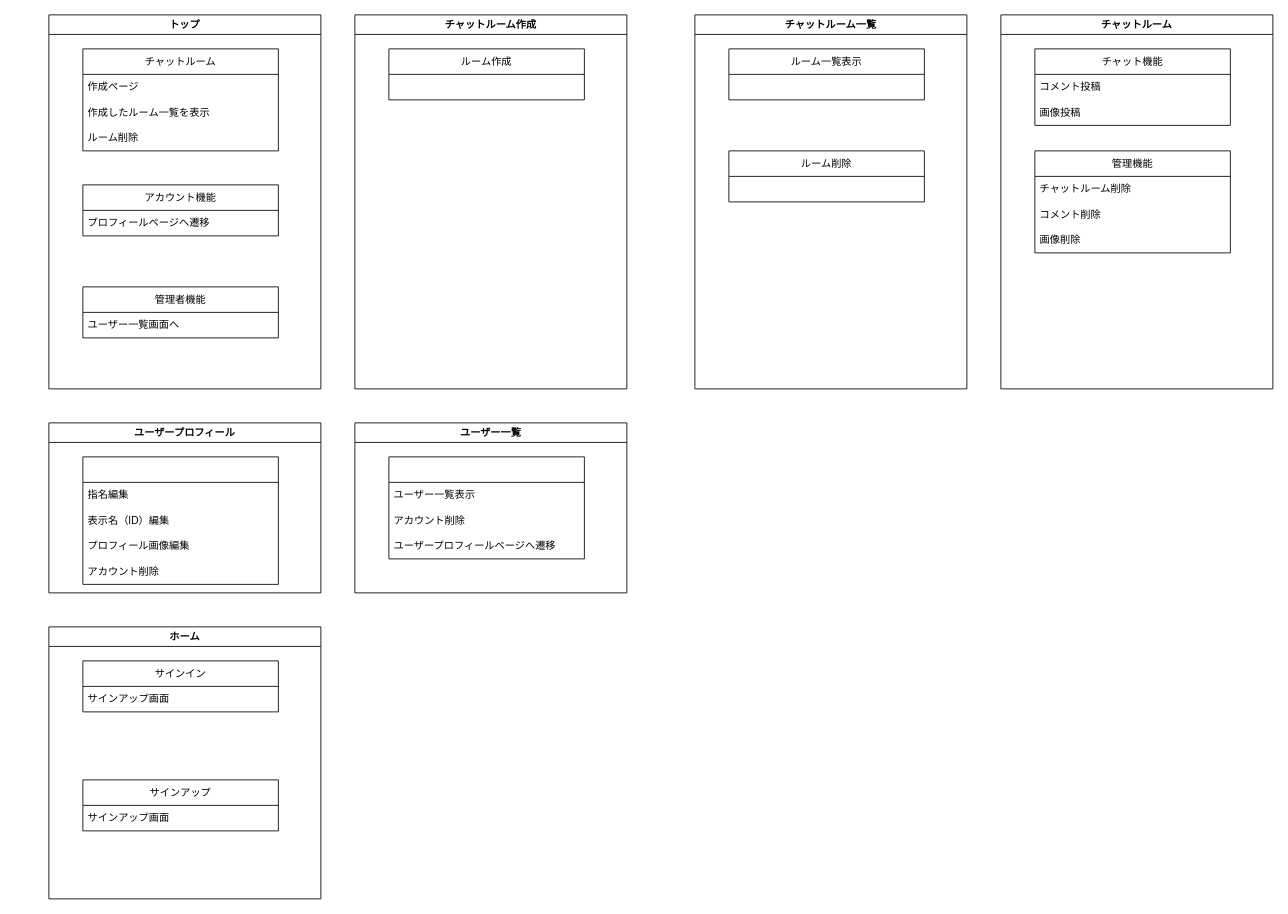
KawashimaRyuhei/ChatApps keeps this draw.io diagram as FunctionalOverviewChart.drawio. Above is the earlier version. Source tidied: cells renumbered, new cells numbered last; positions are measured from the earlier drawing's top-left corner, leaving out a move shared by most shapes. Both pictures are drawn from the tidied source at 85%, with x=0, y=0 at pixel (48, 14).
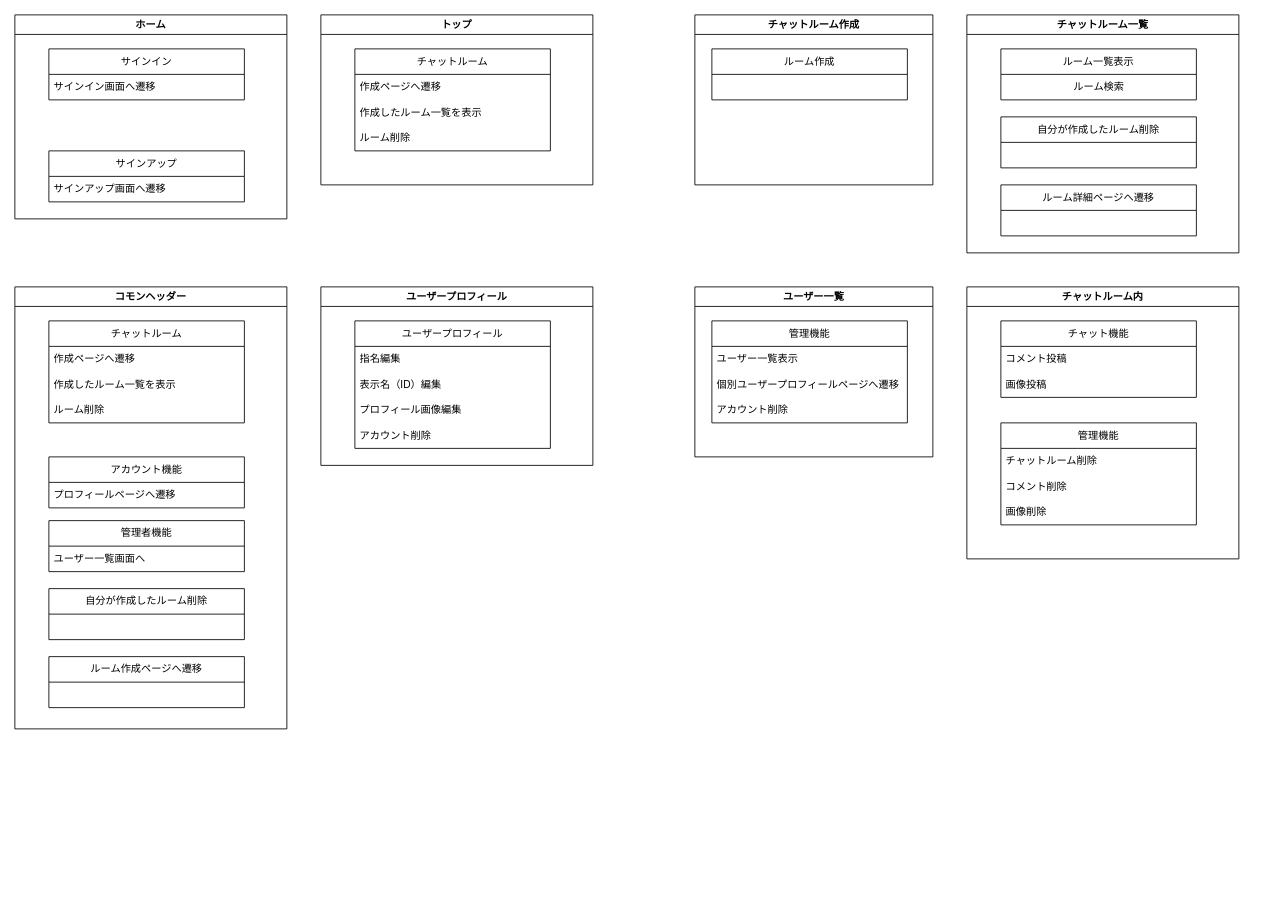
The same diagram, later.

The change refers to these unchanged cells:
```xml
<mxCell id="14" value="ルーム一覧表示" style="swimlane;fontStyle=0;horizontal=1;startSize=30;whiteSpace=wrap;html=1;" parent="13" vertex="1">
  <mxGeometry x="40" y="40" width="230" height="60" as="geometry" />
</mxCell>
<mxCell id="36" value="サインイン" style="swimlane;fontStyle=0;horizontal=1;startSize=30;whiteSpace=wrap;html=1;" parent="35" vertex="1">
  <mxGeometry x="40" y="40" width="230" height="60" as="geometry" />
</mxCell>
```

Diff of the diagram source:
```diff
@@
-    <mxCell id="2" value="トップ" style="swimlane;whiteSpace=wrap;html=1;" parent="1" vertex="1">
-      <mxGeometry width="320" height="440" as="geometry" />
-    </mxCell>
-    <mxCell id="3" value="チャットルーム" style="swimlane;fontStyle=0;horizontal=1;startSize=30;whiteSpace=wrap;html=1;" parent="2" vertex="1">
-      <mxGeometry x="40" y="40" width="230" height="120" as="geometry" />
-    </mxCell>
-    <mxCell id="4" value="作成ページ" style="text;strokeColor=none;fillColor=none;align=left;verticalAlign=middle;spacingLeft=4;spacingRight=4;overflow=hidden;whiteSpace=wrap;html=1;" parent="3" vertex="1">
-      <mxGeometry y="30" width="230" height="30" as="geometry" />
-    </mxCell>
-    <mxCell id="5" value="作成したルーム一覧を表示" style="text;strokeColor=none;fillColor=none;align=left;verticalAlign=middle;spacingLeft=4;spacingRight=4;overflow=hidden;whiteSpace=wrap;html=1;" parent="3" vertex="1">
-      <mxGeometry y="60" width="230" height="30" as="geometry" />
-    </mxCell>
-    <mxCell id="6" value="ルーム削除" style="text;strokeColor=none;fillColor=none;align=left;verticalAlign=middle;spacingLeft=4;spacingRight=4;overflow=hidden;whiteSpace=wrap;html=1;" parent="3" vertex="1">
-      <mxGeometry y="90" width="230" height="30" as="geometry" />
-    </mxCell>
-    <mxCell id="7" value="アカウント機能" style="swimlane;fontStyle=0;horizontal=1;startSize=30;whiteSpace=wrap;html=1;" parent="2" vertex="1">
-      <mxGeometry x="40" y="200" width="230" height="60" as="geometry" />
-    </mxCell>
-    <mxCell id="8" value="プロフィールページへ遷移" style="text;strokeColor=none;fillColor=none;align=left;verticalAlign=middle;spacingLeft=4;spacingRight=4;overflow=hidden;whiteSpace=wrap;html=1;" parent="7" vertex="1">
-      <mxGeometry y="30" width="230" height="30" as="geometry" />
-    </mxCell>
-    <mxCell id="9" value="管理者機能" style="swimlane;fontStyle=0;horizontal=1;startSize=30;whiteSpace=wrap;html=1;" parent="2" vertex="1">
-      <mxGeometry x="40" y="320" width="230" height="60" as="geometry" />
-    </mxCell>
-    <mxCell id="10" value="ユーザー一覧画面へ" style="text;strokeColor=none;fillColor=none;align=left;verticalAlign=middle;spacingLeft=4;spacingRight=4;overflow=hidden;whiteSpace=wrap;html=1;" parent="9" vertex="1">
-      <mxGeometry y="30" width="230" height="30" as="geometry" />
-    </mxCell>
     <mxCell id="11" value="チャットルーム作成" style="swimlane;whiteSpace=wrap;html=1;" parent="1" vertex="1">
-      <mxGeometry x="360" width="320" height="440" as="geometry" />
+      <mxGeometry x="760" width="280" height="200" as="geometry" />
     </mxCell>
     <mxCell id="12" value="ルーム作成" style="swimlane;fontStyle=0;horizontal=1;startSize=30;whiteSpace=wrap;html=1;" parent="11" vertex="1">
-      <mxGeometry x="40" y="40" width="230" height="60" as="geometry" />
+      <mxGeometry x="20" y="40" width="230" height="60" as="geometry" />
     </mxCell>
     <mxCell id="13" value="チャットルーム一覧" style="swimlane;whiteSpace=wrap;html=1;" parent="1" vertex="1">
-      <mxGeometry x="760" width="320" height="440" as="geometry" />
+      <mxGeometry x="1080" width="320" height="280" as="geometry" />
     </mxCell>
@@
+    <mxCell id="40" value="ルーム検索" style="text;html=1;align=center;verticalAlign=middle;strokeColor=none;fillColor=none;" parent="14" vertex="1">
+      <mxGeometry y="30" width="230" height="30" as="geometry" />
+    </mxCell>
-    <mxCell id="15" value="ルーム削除" style="swimlane;fontStyle=0;horizontal=1;startSize=30;whiteSpace=wrap;html=1;" parent="13" vertex="1">
-      <mxGeometry x="40" y="160" width="230" height="60" as="geometry" />
+    <mxCell id="15" value="自分が作成したルーム削除" style="swimlane;fontStyle=0;horizontal=1;startSize=30;whiteSpace=wrap;html=1;" parent="13" vertex="1">
+      <mxGeometry x="40" y="120" width="230" height="60" as="geometry" />
     </mxCell>
+    <mxCell id="41" value="ルーム詳細ページへ遷移" style="swimlane;fontStyle=0;horizontal=1;startSize=30;whiteSpace=wrap;html=1;" parent="13" vertex="1">
+      <mxGeometry x="40" y="200" width="230" height="60" as="geometry" />
+    </mxCell>
-    <mxCell id="16" value="チャットルーム" style="swimlane;whiteSpace=wrap;html=1;" parent="1" vertex="1">
-      <mxGeometry x="1120" width="320" height="440" as="geometry" />
+    <mxCell id="16" value="チャットルーム内" style="swimlane;whiteSpace=wrap;html=1;" parent="1" vertex="1">
+      <mxGeometry x="1080" y="320" width="320" height="320" as="geometry" />
     </mxCell>
@@
     <mxCell id="24" value="ユーザープロフィール" style="swimlane;whiteSpace=wrap;html=1;" parent="1" vertex="1">
-      <mxGeometry y="480" width="320" height="200" as="geometry" />
+      <mxGeometry x="320" y="320" width="320" height="210" as="geometry" />
     </mxCell>
-    <mxCell id="25" style="swimlane;fontStyle=0;horizontal=1;startSize=30;whiteSpace=wrap;html=1;" parent="24" vertex="1">
+    <mxCell id="25" value="ユーザープロフィール" style="swimlane;fontStyle=0;horizontal=1;startSize=30;whiteSpace=wrap;html=1;" parent="24" vertex="1">
       <mxGeometry x="40" y="40" width="230" height="150" as="geometry" />
     </mxCell>
@@
+    <mxCell id="42" value="コモンヘッダー" style="swimlane;whiteSpace=wrap;html=1;" parent="1" vertex="1">
+      <mxGeometry x="-40" y="320" width="320" height="520" as="geometry" />
+    </mxCell>
+    <mxCell id="43" value="チャットルーム" style="swimlane;fontStyle=0;horizontal=1;startSize=30;whiteSpace=wrap;html=1;" parent="42" vertex="1">
+      <mxGeometry x="40" y="40" width="230" height="120" as="geometry" />
+    </mxCell>
+    <mxCell id="44" value="作成ページへ遷移" style="text;strokeColor=none;fillColor=none;align=left;verticalAlign=middle;spacingLeft=4;spacingRight=4;overflow=hidden;whiteSpace=wrap;html=1;" parent="43" vertex="1">
+      <mxGeometry y="30" width="230" height="30" as="geometry" />
+    </mxCell>
+    <mxCell id="45" value="作成したルーム一覧を表示" style="text;strokeColor=none;fillColor=none;align=left;verticalAlign=middle;spacingLeft=4;spacingRight=4;overflow=hidden;whiteSpace=wrap;html=1;" parent="43" vertex="1">
+      <mxGeometry y="60" width="230" height="30" as="geometry" />
+    </mxCell>
+    <mxCell id="46" value="ルーム削除" style="text;strokeColor=none;fillColor=none;align=left;verticalAlign=middle;spacingLeft=4;spacingRight=4;overflow=hidden;whiteSpace=wrap;html=1;" parent="43" vertex="1">
+      <mxGeometry y="90" width="230" height="30" as="geometry" />
+    </mxCell>
+    <mxCell id="7" value="アカウント機能" style="swimlane;fontStyle=0;horizontal=1;startSize=30;whiteSpace=wrap;html=1;" parent="42" vertex="1">
+      <mxGeometry x="40" y="200" width="230" height="60" as="geometry" />
+    </mxCell>
+    <mxCell id="8" value="プロフィールページへ遷移" style="text;strokeColor=none;fillColor=none;align=left;verticalAlign=middle;spacingLeft=4;spacingRight=4;overflow=hidden;whiteSpace=wrap;html=1;" parent="7" vertex="1">
+      <mxGeometry y="30" width="230" height="30" as="geometry" />
+    </mxCell>
+    <mxCell id="9" value="管理者機能" style="swimlane;fontStyle=0;horizontal=1;startSize=30;whiteSpace=wrap;html=1;" parent="42" vertex="1">
+      <mxGeometry x="40" y="275" width="230" height="60" as="geometry" />
+    </mxCell>
+    <mxCell id="10" value="ユーザー一覧画面へ" style="text;strokeColor=none;fillColor=none;align=left;verticalAlign=middle;spacingLeft=4;spacingRight=4;overflow=hidden;whiteSpace=wrap;html=1;" parent="9" vertex="1">
+      <mxGeometry y="30" width="230" height="30" as="geometry" />
+    </mxCell>
+    <mxCell id="47" value="自分が作成したルーム削除" style="swimlane;fontStyle=0;horizontal=1;startSize=30;whiteSpace=wrap;html=1;" parent="42" vertex="1">
+      <mxGeometry x="40" y="355" width="230" height="60" as="geometry" />
+    </mxCell>
+    <mxCell id="48" value="ルーム作成ページへ遷移" style="swimlane;fontStyle=0;horizontal=1;startSize=30;whiteSpace=wrap;html=1;" parent="42" vertex="1">
+      <mxGeometry x="40" y="435" width="230" height="60" as="geometry" />
+    </mxCell>
     <mxCell id="30" value="ユーザー一覧" style="swimlane;whiteSpace=wrap;html=1;" parent="1" vertex="1">
-      <mxGeometry x="360" y="480" width="320" height="200" as="geometry" />
+      <mxGeometry x="760" y="320" width="280" height="200" as="geometry" />
     </mxCell>
-    <mxCell id="31" style="swimlane;fontStyle=0;horizontal=1;startSize=30;whiteSpace=wrap;html=1;" parent="30" vertex="1">
-      <mxGeometry x="40" y="40" width="230" height="120" as="geometry" />
+    <mxCell id="31" value="管理機能" style="swimlane;fontStyle=0;horizontal=1;startSize=30;whiteSpace=wrap;html=1;" parent="30" vertex="1">
+      <mxGeometry x="20" y="40" width="230" height="120" as="geometry" />
     </mxCell>
@@
+    <mxCell id="34" value="個別ユーザープロフィールページへ遷移" style="text;strokeColor=none;fillColor=none;align=left;verticalAlign=middle;spacingLeft=4;spacingRight=4;overflow=hidden;whiteSpace=wrap;html=1;" parent="31" vertex="1">
+      <mxGeometry y="60" width="230" height="30" as="geometry" />
+    </mxCell>
     <mxCell id="33" value="アカウント削除" style="text;strokeColor=none;fillColor=none;align=left;verticalAlign=middle;spacingLeft=4;spacingRight=4;overflow=hidden;whiteSpace=wrap;html=1;" parent="31" vertex="1">
-      <mxGeometry y="60" width="230" height="30" as="geometry" />
+      <mxGeometry y="90" width="230" height="30" as="geometry" />
     </mxCell>
-    <mxCell id="34" value="ユーザープロフィールページへ遷移" style="text;strokeColor=none;fillColor=none;align=left;verticalAlign=middle;spacingLeft=4;spacingRight=4;overflow=hidden;whiteSpace=wrap;html=1;" parent="31" vertex="1">
-      <mxGeometry y="90" width="230" height="30" as="geometry" />
-    </mxCell>
     <mxCell id="35" value="ホーム" style="swimlane;whiteSpace=wrap;html=1;" parent="1" vertex="1">
-      <mxGeometry y="720" width="320" height="320" as="geometry" />
+      <mxGeometry x="-40" width="320" height="240" as="geometry" />
     </mxCell>
@@
-    <mxCell id="37" value="サインアップ画面" style="text;strokeColor=none;fillColor=none;align=left;verticalAlign=middle;spacingLeft=4;spacingRight=4;overflow=hidden;whiteSpace=wrap;html=1;" parent="36" vertex="1">
+    <mxCell id="37" value="サインイン画面へ遷移" style="text;strokeColor=none;fillColor=none;align=left;verticalAlign=middle;spacingLeft=4;spacingRight=4;overflow=hidden;whiteSpace=wrap;html=1;" parent="36" vertex="1">
       <mxGeometry y="30" width="230" height="30" as="geometry" />
     </mxCell>
     <mxCell id="38" value="サインアップ" style="swimlane;fontStyle=0;horizontal=1;startSize=30;whiteSpace=wrap;html=1;" parent="35" vertex="1">
-      <mxGeometry x="40" y="180" width="230" height="60" as="geometry" />
+      <mxGeometry x="40" y="160" width="230" height="60" as="geometry" />
     </mxCell>
-    <mxCell id="39" value="サインアップ画面" style="text;strokeColor=none;fillColor=none;align=left;verticalAlign=middle;spacingLeft=4;spacingRight=4;overflow=hidden;whiteSpace=wrap;html=1;" parent="38" vertex="1">
+    <mxCell id="39" value="サインアップ画面へ遷移" style="text;strokeColor=none;fillColor=none;align=left;verticalAlign=middle;spacingLeft=4;spacingRight=4;overflow=hidden;whiteSpace=wrap;html=1;" parent="38" vertex="1">
       <mxGeometry y="30" width="230" height="30" as="geometry" />
     </mxCell>
+    <mxCell id="2" value="トップ" style="swimlane;whiteSpace=wrap;html=1;" parent="1" vertex="1">
+      <mxGeometry x="320" width="320" height="200" as="geometry" />
+    </mxCell>
+    <mxCell id="3" value="チャットルーム" style="swimlane;fontStyle=0;horizontal=1;startSize=30;whiteSpace=wrap;html=1;" parent="2" vertex="1">
+      <mxGeometry x="40" y="40" width="230" height="120" as="geometry" />
+    </mxCell>
+    <mxCell id="4" value="作成ページへ遷移" style="text;strokeColor=none;fillColor=none;align=left;verticalAlign=middle;spacingLeft=4;spacingRight=4;overflow=hidden;whiteSpace=wrap;html=1;" parent="3" vertex="1">
+      <mxGeometry y="30" width="230" height="30" as="geometry" />
+    </mxCell>
+    <mxCell id="5" value="作成したルーム一覧を表示" style="text;strokeColor=none;fillColor=none;align=left;verticalAlign=middle;spacingLeft=4;spacingRight=4;overflow=hidden;whiteSpace=wrap;html=1;" parent="3" vertex="1">
+      <mxGeometry y="60" width="230" height="30" as="geometry" />
+    </mxCell>
+    <mxCell id="6" value="ルーム削除" style="text;strokeColor=none;fillColor=none;align=left;verticalAlign=middle;spacingLeft=4;spacingRight=4;overflow=hidden;whiteSpace=wrap;html=1;" parent="3" vertex="1">
+      <mxGeometry y="90" width="230" height="30" as="geometry" />
+    </mxCell>
```
